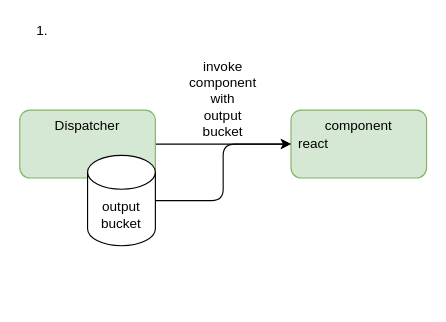
Above: page "Invoke Component" (10 of 10) of shu-das2cl/design.drawio in guitarvydas/app (draw.io), before the change. Source tidied: cells renumbered, new cells numbered last; positions are measured from the earlier drawing's top-left corner, leaving out a move shared by most shapes. Both pictures are drawn from the tidied source at 113%, with x=0, y=0 at pixel (19, 19).
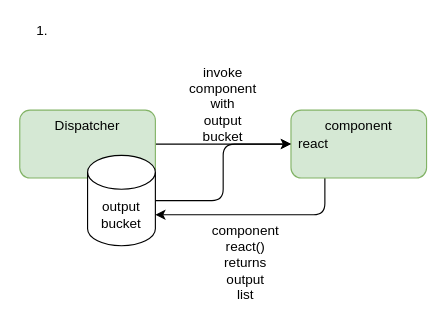
The same diagram, later.

What changed in the source:
```diff
@@
 <mxGraphModel>
   <root>
     <mxCell id="0" />
     <mxCell id="1" parent="0" />
     <mxCell id="2" value="1." style="text;html=1;strokeColor=none;fillColor=none;align=center;verticalAlign=middle;whiteSpace=wrap;rounded=0;" parent="1" vertex="1">
       <mxGeometry width="40" height="20" as="geometry" />
     </mxCell>
+    <mxCell id="10" style="edgeStyle=orthogonalEdgeStyle;rounded=1;jettySize=auto;html=1;exitX=0.25;exitY=1;exitDx=0;exitDy=0;entryX=1;entryY=0;entryDx=0;entryDy=52.5;entryPerimeter=0;" parent="1" edge="1" source="3" target="7">
+      <mxGeometry relative="1" as="geometry" />
+    </mxCell>
     <mxCell id="3" value="component" style="rounded=1;whiteSpace=wrap;html=1;fillColor=#d5e8d4;strokeColor=#82b366;verticalAlign=top;" parent="1" vertex="1">
       <mxGeometry x="240" y="80" width="120" height="60" as="geometry" />
     </mxCell>
     <mxCell id="4" style="edgeStyle=orthogonalEdgeStyle;rounded=1;jettySize=auto;html=1;exitX=1;exitY=0.5;exitDx=0;exitDy=0;entryX=0;entryY=0.5;entryDx=0;entryDy=0;" parent="1" edge="1" source="5" target="3">
       <mxGeometry relative="1" as="geometry" />
     </mxCell>
     <mxCell id="5" value="Dispatcher" style="rounded=1;whiteSpace=wrap;html=1;fillColor=#d5e8d4;strokeColor=#82b366;verticalAlign=top;" parent="1" vertex="1">
       <mxGeometry y="80" width="120" height="60" as="geometry" />
     </mxCell>
     <mxCell id="6" style="edgeStyle=orthogonalEdgeStyle;rounded=1;jettySize=auto;html=1;exitX=1;exitY=0.5;exitDx=0;exitDy=0;exitPerimeter=0;" parent="1" edge="1" source="7" target="3">
       <mxGeometry relative="1" as="geometry" />
     </mxCell>
     <mxCell id="7" value="output&lt;br&gt;bucket" style="shape=cylinder3;whiteSpace=wrap;html=1;boundedLbl=1;backgroundOutline=1;size=15;" parent="1" vertex="1">
       <mxGeometry x="60" y="120" width="60" height="80" as="geometry" />
     </mxCell>
     <mxCell id="8" value="invoke&lt;br&gt;component&lt;br&gt;with&lt;br&gt;output&lt;br&gt;bucket" style="text;html=1;strokeColor=none;fillColor=none;align=center;verticalAlign=middle;whiteSpace=wrap;rounded=0;" parent="1" vertex="1">
-      <mxGeometry x="160" y="60" width="40" height="20" as="geometry" />
+      <mxGeometry x="150" y="40" width="60" height="70" as="geometry" />
     </mxCell>
     <mxCell id="9" value="react" style="text;html=1;strokeColor=none;fillColor=none;align=center;verticalAlign=middle;whiteSpace=wrap;rounded=0;" parent="1" vertex="1">
       <mxGeometry x="240" y="100" width="40" height="20" as="geometry" />
     </mxCell>
+    <mxCell id="11" value="component&lt;br&gt;react()&lt;br&gt;returns&lt;br&gt;output&lt;br&gt;list" style="text;html=1;strokeColor=none;fillColor=none;align=center;verticalAlign=middle;whiteSpace=wrap;rounded=0;" parent="1" vertex="1">
+      <mxGeometry x="170" y="180" width="60" height="70" as="geometry" />
+    </mxCell>
   </root>
 </mxGraphModel>
```
